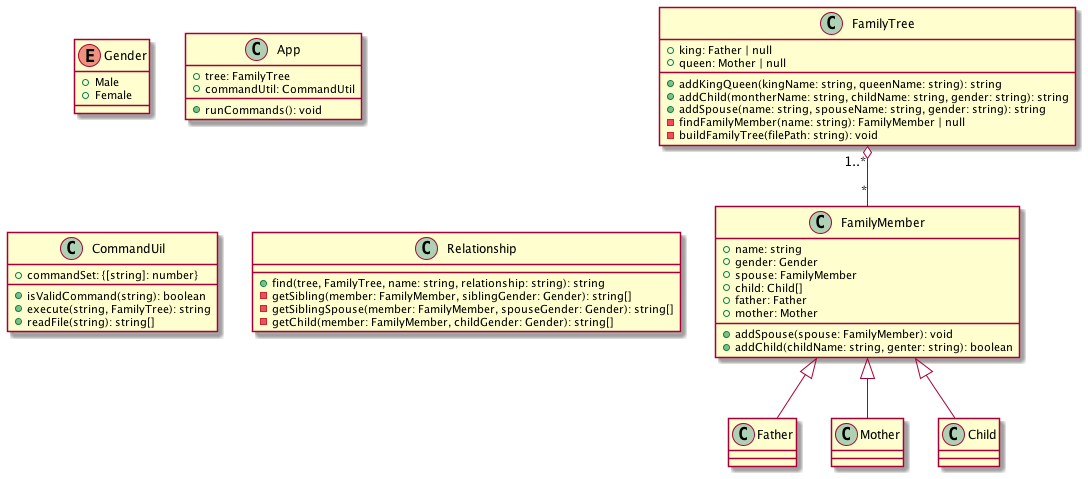
The PlantUML diagram res/class-diagram.png in evaou/family-tree, before a commit.
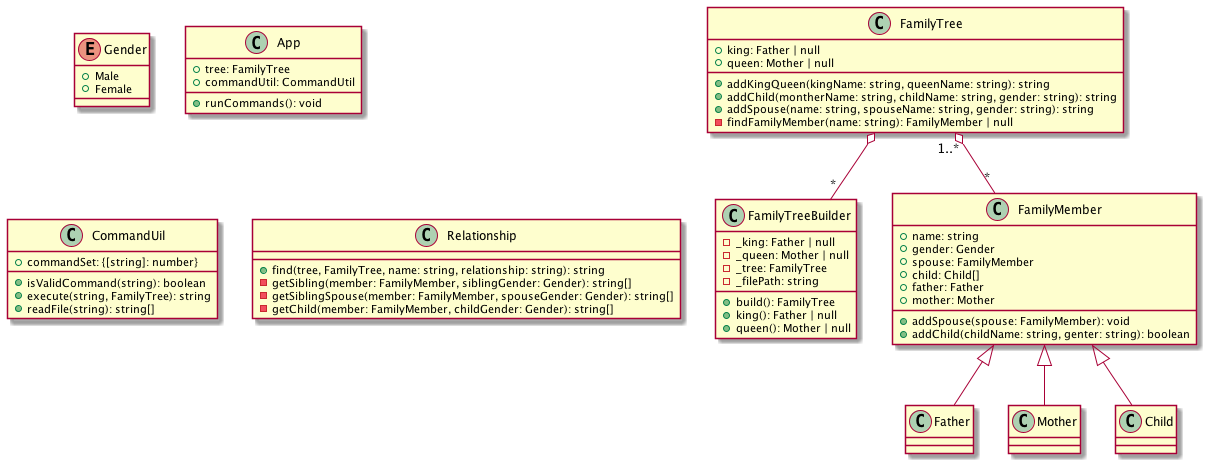
Later version of the same file.

Commit message:
add FamilyTreeBuilder class

What changed in the source:
```diff
@@ -25,6 +25,16 @@
     -getChild(member: FamilyMember, childGender: Gender): string[]
 }
 
+class FamilyTreeBuilder {
+    -_king: Father | null
+    -_queen: Mother | null
+    -_tree: FamilyTree
+    -_filePath: string
+    +build(): FamilyTree
+    +king(): Father | null
+    +queen(): Mother | null
+}
+
 class FamilyTree {
     +king: Father | null
     +queen: Mother | null
@@ -32,7 +42,6 @@
     +addChild(montherName: string, childName: string, gender: string): string
     +addSpouse(name: string, spouseName: string, gender: string): string
     -findFamilyMember(name: string): FamilyMember | null
-    -buildFamilyTree(filePath: string): void
 }
 
 class FamilyMember {
@@ -56,6 +65,7 @@
 }
 
 FamilyTree "1..*" o-- "*" FamilyMember
+FamilyTree o-- "*" FamilyTreeBuilder
 
 FamilyMember <|-- Father
 FamilyMember <|--  Mother
```
